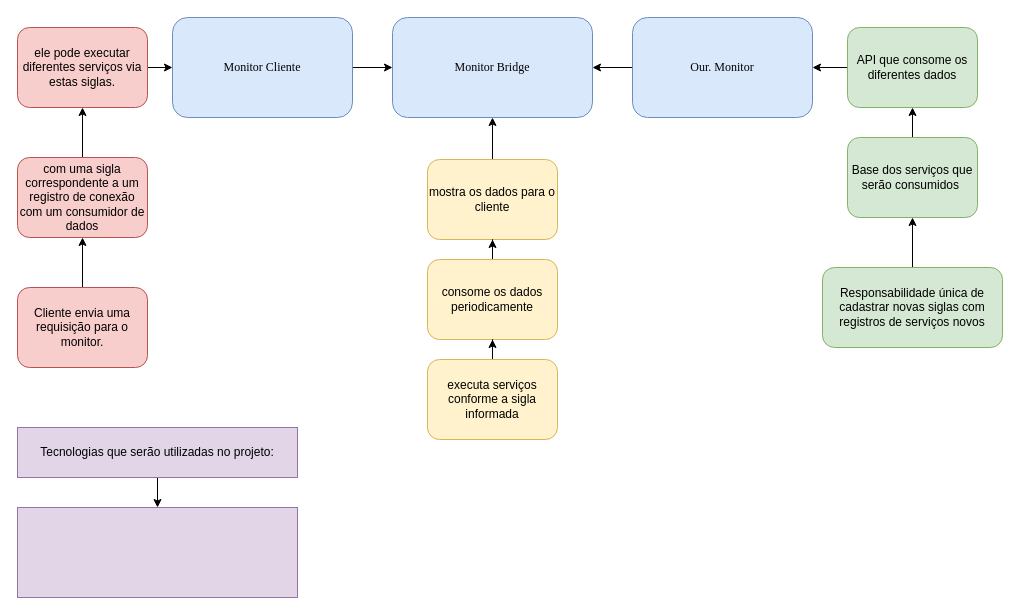
The draw.io diagram Diagrama sem nome.drawio in chariot27/Schemas, before the edit. Source tidied: cells renumbered, new cells numbered last; positions are measured from the earlier drawing's top-left corner, leaving out a move shared by most shapes. Both pictures are drawn from the tidied source at 100%, with x=0, y=0 at pixel (17, 17).
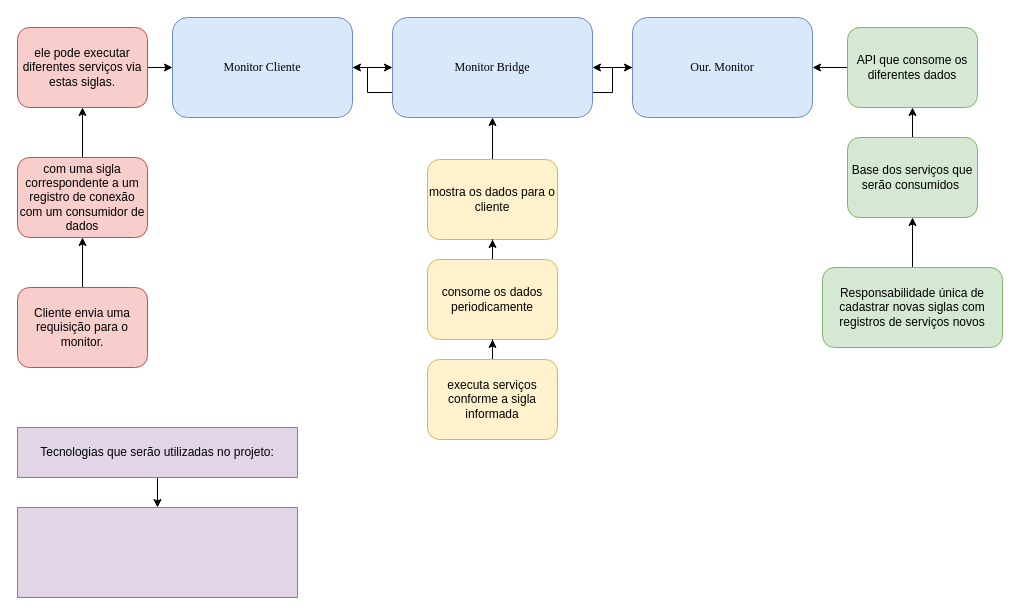
The same diagram, later.

Unchanged cells that the change refers to:
```xml
<mxCell id="3" value="Monitor Cliente" style="rounded=1;whiteSpace=wrap;html=1;fillColor=#dae8fc;strokeColor=#6c8ebf;fontFamily=Times New Roman;" parent="1" vertex="1">
  <mxGeometry x="155" width="180" height="100" as="geometry" />
</mxCell>
<mxCell id="4" value="Monitor Bridge" style="rounded=1;whiteSpace=wrap;html=1;fillColor=#dae8fc;strokeColor=#6c8ebf;fontFamily=Times New Roman;" parent="1" vertex="1">
  <mxGeometry x="375" width="200" height="100" as="geometry" />
</mxCell>
<mxCell id="6" value="Our. Monitor" style="rounded=1;whiteSpace=wrap;html=1;fillColor=#dae8fc;strokeColor=#6c8ebf;fontFamily=Times New Roman;" parent="1" vertex="1">
  <mxGeometry x="615" width="180" height="100" as="geometry" />
</mxCell>
```

The edit, as a diff of the source:
```diff
@@
+    <mxCell id="28" style="edgeStyle=orthogonalEdgeStyle;rounded=0;jettySize=auto;html=1;exitX=0;exitY=0.75;exitDx=0;exitDy=0;entryX=1;entryY=0.5;entryDx=0;entryDy=0;" parent="1" edge="1" source="4" target="3">
+      <mxGeometry relative="1" as="geometry">
+        <Array as="points">
+          <mxPoint x="350" y="75" />
+          <mxPoint x="350" y="50" />
+        </Array>
+      </mxGeometry>
+    </mxCell>
+    <mxCell id="29" style="edgeStyle=orthogonalEdgeStyle;rounded=0;jettySize=auto;html=1;exitX=1;exitY=0.75;exitDx=0;exitDy=0;entryX=0;entryY=0.5;entryDx=0;entryDy=0;" parent="1" edge="1" source="4" target="6">
+      <mxGeometry relative="1" as="geometry" />
+    </mxCell>
```
